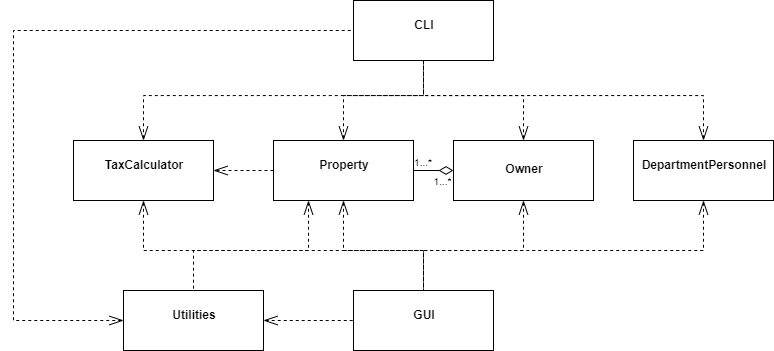
Above: Design/CS4013UML.png in ishalazo/cs4013Project (draw.io), before the change. Source tidied: cells renumbered, new cells last; positions are measured from the earlier drawing's top-left corner, leaving out a move shared by most shapes.
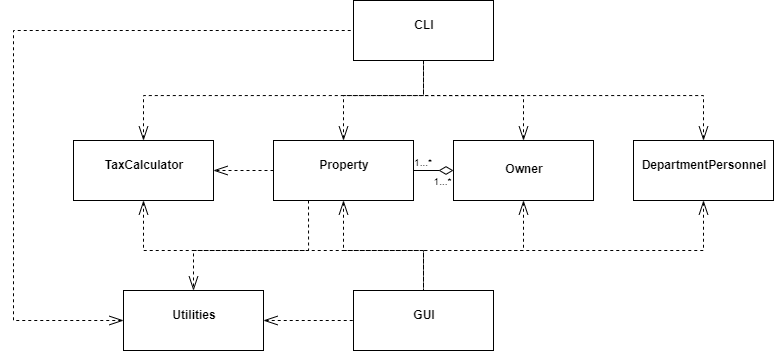
The same file after the commit.

What changed in the source:
```diff
@@ -13,8 +13,13 @@
         <mxPoint x="410" y="290" as="targetPoint" />
       </mxGeometry>
     </mxCell>
-    <mxCell id="5" style="edgeStyle=orthogonalEdgeStyle;rounded=0;jettySize=auto;html=1;exitX=0.25;exitY=1;exitDx=0;exitDy=0;entryX=0.5;entryY=0;entryDx=0;entryDy=0;startArrow=openThin;startFill=0;endArrow=none;endFill=0;dashed=1;strokeWidth=1;endSize=12;startSize=12;" parent="1" edge="1" source="6" target="23">
-      <mxGeometry relative="1" as="geometry" />
+    <mxCell id="5" style="edgeStyle=orthogonalEdgeStyle;rounded=0;jettySize=auto;html=1;exitX=0.25;exitY=1;exitDx=0;exitDy=0;entryX=0.5;entryY=0;entryDx=0;entryDy=0;startArrow=none;startFill=0;endArrow=openThin;endFill=0;dashed=1;strokeWidth=1;endSize=12;startSize=12;" parent="1" edge="1" source="6" target="23">
+      <mxGeometry relative="1" as="geometry">
+        <Array as="points">
+          <mxPoint x="295" y="250" />
+          <mxPoint x="180" y="250" />
+        </Array>
+      </mxGeometry>
     </mxCell>
     <mxCell id="6" value="&lt;p style=&quot;margin: 0px ; margin-top: 4px ; text-align: center&quot;&gt;&lt;br&gt;&lt;b&gt;Property&lt;/b&gt;&lt;/p&gt;" style="verticalAlign=top;align=left;overflow=fill;fontSize=12;fontFamily=Helvetica;html=1;" parent="1" vertex="1">
       <mxGeometry x="260" y="140" width="140" height="60" as="geometry" />
```
